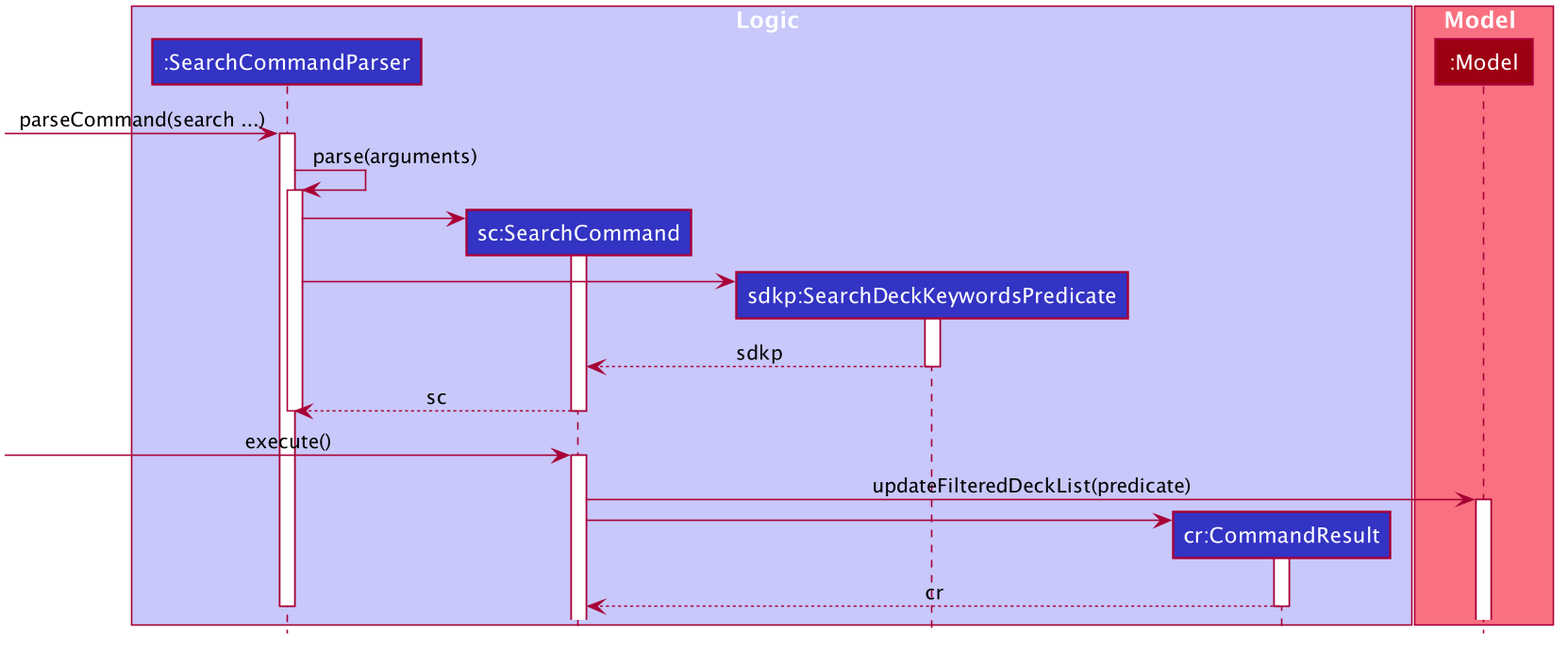
Earlier version of the PlantUML export docs/images/SearchFilterDiagram.png (sigmund-c/main). Source of this version:
```plantuml
@startuml








skinparam BackgroundColor #FFFFFFF

skinparam Shadowing false

skinparam Class {
    FontColor #FFFFFF
    BorderThickness 1
    BorderColor #FFFFFF
    StereotypeFontColor #FFFFFF
    FontName Arial
}

skinparam Actor {
    BorderColor #000000
    Color #000000
    FontName Arial
}

skinparam Sequence {
    MessageAlign center
    BoxFontSize 15
    BoxPadding 0
    BoxFontColor #FFFFFF
    FontName Arial
}

skinparam Participant {
    FontColor #FFFFFFF
    Padding 20
}

skinparam MinClassWidth 50
skinparam ParticipantPadding 10
skinparam Shadowing false
skinparam DefaultTextAlignment center
skinparam packageStyle Rectangle

hide footbox
hide members
hide circle

box Logic #C8C8FA
participant ":SearchCommandParser" as SearchCommandParser #3333C4
participant "sc:SearchCommand" as SearchCommand #3333C4
participant "sdkp:SearchDeckKeywordsPredicate" as SearchDeckKeywordsPredicate #3333C4
participant "cr:CommandResult" as CommandResult #3333C4
end box

box Model #F97181
participant ":Model" as Model #9D0012

end box

[-> SearchCommandParser: parseCommand(search ...)
activate SearchCommandParser

SearchCommandParser -> SearchCommandParser: parse(arguments)
activate SearchCommandParser

create SearchCommand
SearchCommandParser -> SearchCommand
activate SearchCommand

create SearchDeckKeywordsPredicate
SearchCommandParser -> SearchDeckKeywordsPredicate
activate SearchDeckKeywordsPredicate

SearchDeckKeywordsPredicate --> SearchCommand: sdkp
deactivate SearchDeckKeywordsPredicate
SearchCommand --> SearchCommandParser: sc
deactivate SearchCommand
deactivate SearchCommandParser

[-> SearchCommand: execute()
activate SearchCommand

SearchCommand -> Model: updateFilteredDeckList(predicate)
activate Model

create CommandResult
SearchCommand -> CommandResult

activate CommandResult
CommandResult --> SearchCommand: cr
deactivate CommandResult

deactivate SearchCommandParser

@enduml
```
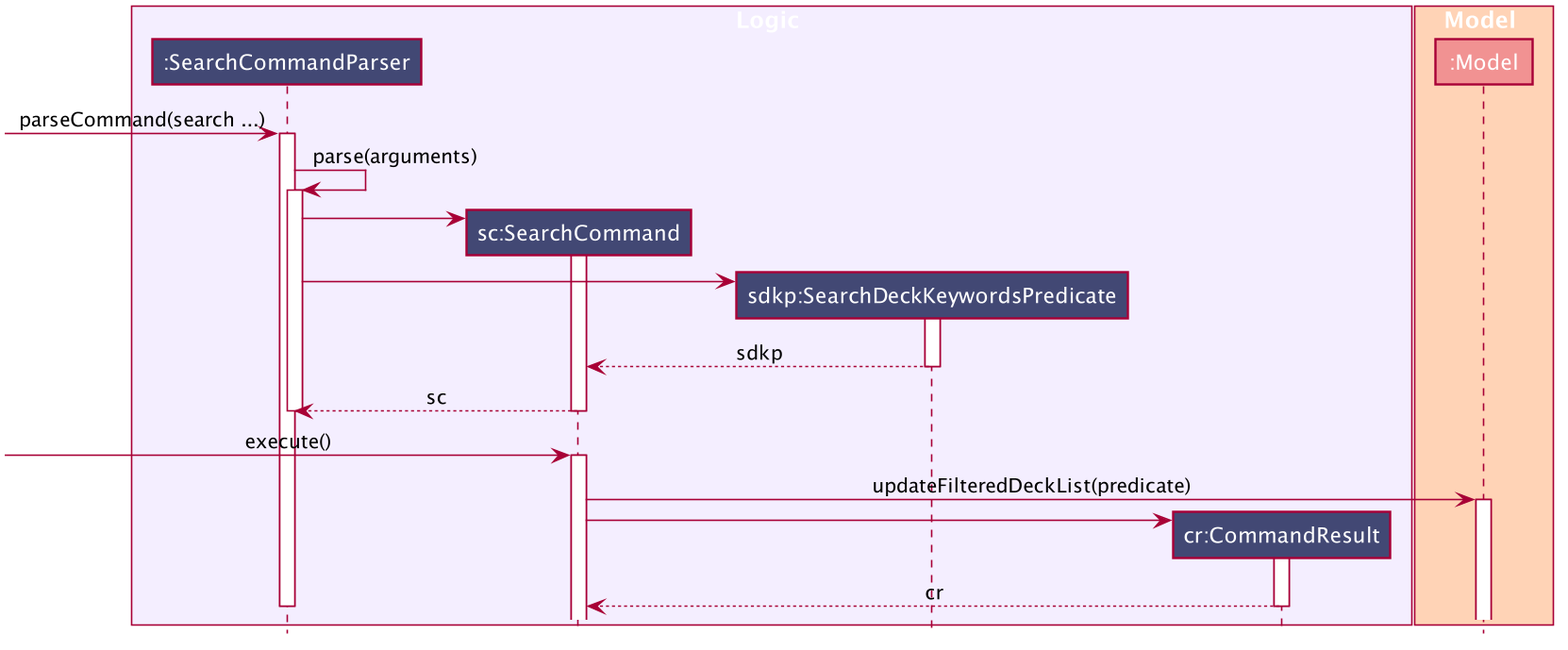
The same diagram one commit later.

Change to the diagram source:
```diff
@@ -20,8 +20,8 @@
 }
 
 skinparam Actor {
-    BorderColor #000000
-    Color #000000
+    BorderColor #00000
+    Color #00000
     FontName Arial
 }
 
@@ -48,15 +48,15 @@
 hide members
 hide circle
 
-box Logic #C8C8FA
-participant ":SearchCommandParser" as SearchCommandParser #3333C4
-participant "sc:SearchCommand" as SearchCommand #3333C4
-participant "sdkp:SearchDeckKeywordsPredicate" as SearchDeckKeywordsPredicate #3333C4
-participant "cr:CommandResult" as CommandResult #3333C4
+box Logic #f4eeff
+participant ":SearchCommandParser" as SearchCommandParser #424874
+participant "sc:SearchCommand" as SearchCommand #424874
+participant "sdkp:SearchDeckKeywordsPredicate" as SearchDeckKeywordsPredicate #424874
+participant "cr:CommandResult" as CommandResult #424874
 end box
 
-box Model #F97181
-participant ":Model" as Model #9D0012
+box Model #ffd3b6
+participant ":Model" as Model #f19292
 
 end box
 
```
